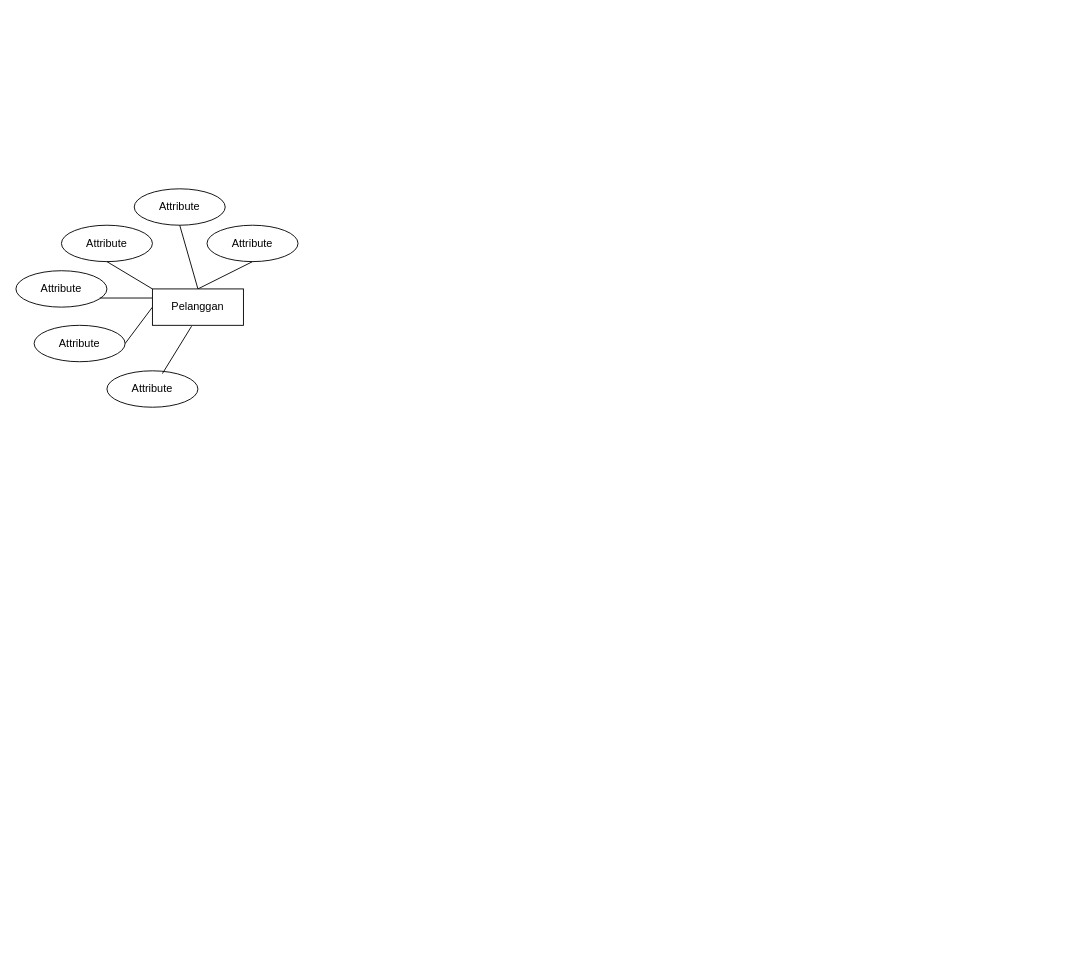
Above: page "Page-2" (2 of 2) of Untitled Diagram.drawio in naufalcamp/belajar-perancangan (draw.io), before the change. Source tidied: cells renumbered, new cells numbered last; positions are measured from the earlier drawing's top-left corner, leaving out a move shared by most shapes. Both pictures are drawn from the tidied source at 91%, with x=0, y=0 at pixel (15, 188).
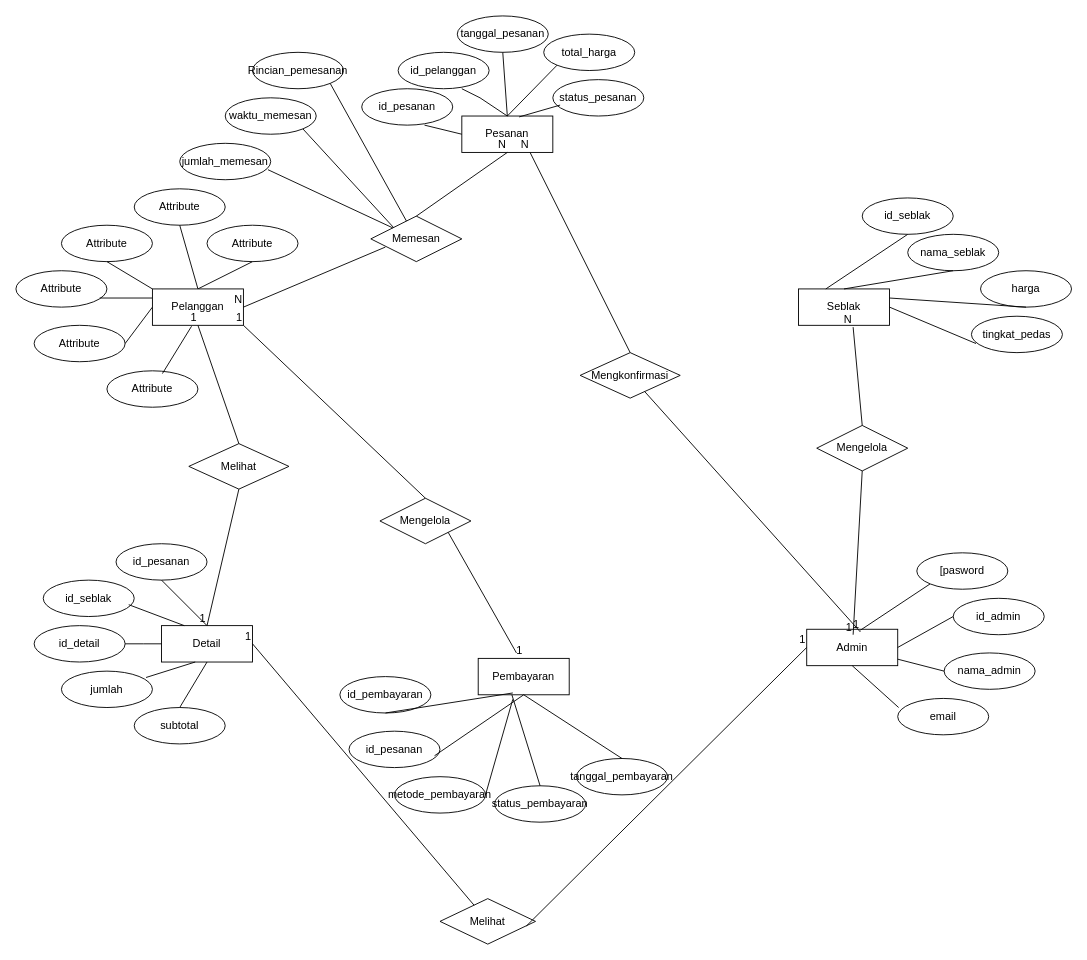
After the change.

Commit message:
Membuat ERD Penjualan Seblak Secara Daring

Unchanged cells that the change refers to:
```xml
<mxCell id="14" value="Pelanggan" style="whiteSpace=wrap;html=1;align=center;" parent="1" vertex="1">
  <mxGeometry x="150" y="110" width="100" height="40" as="geometry" />
</mxCell>
```

Diff of the diagram source:
```diff
@@
+    <mxCell id="15" value="Seblak" style="whiteSpace=wrap;html=1;align=center;" parent="1" vertex="1">
+      <mxGeometry x="860" y="110" width="100" height="40" as="geometry" />
+    </mxCell>
+    <mxCell id="16" value="harga" style="ellipse;whiteSpace=wrap;html=1;align=center;" parent="1" vertex="1">
+      <mxGeometry x="1060" y="90" width="100" height="40" as="geometry" />
+    </mxCell>
+    <mxCell id="17" value="tingkat_pedas" style="ellipse;whiteSpace=wrap;html=1;align=center;" parent="1" vertex="1">
+      <mxGeometry x="1050" y="140" width="100" height="40" as="geometry" />
+    </mxCell>
+    <mxCell id="18" value="nama_seblak" style="ellipse;whiteSpace=wrap;html=1;align=center;" parent="1" vertex="1">
+      <mxGeometry x="980" y="50" width="100" height="40" as="geometry" />
+    </mxCell>
+    <mxCell id="19" value="id_seblak" style="ellipse;whiteSpace=wrap;html=1;align=center;" parent="1" vertex="1">
+      <mxGeometry x="930" y="10" width="100" height="40" as="geometry" />
+    </mxCell>
+    <mxCell id="20" style="endArrow=none;html=1;rounded=0;entryX=0.05;entryY=0.75;entryDx=0;entryDy=0;exitX=1;exitY=0.5;exitDx=0;exitDy=0;entryPerimeter=0;" parent="1" edge="1" source="15" target="17">
+      <mxGeometry relative="1" as="geometry" />
+    </mxCell>
+    <mxCell id="21" style="endArrow=none;html=1;rounded=0;exitX=0.5;exitY=1;exitDx=0;exitDy=0;entryX=1;entryY=0.25;entryDx=0;entryDy=0;" parent="1" edge="1" source="16" target="15">
+      <mxGeometry relative="1" as="geometry" />
+    </mxCell>
+    <mxCell id="22" style="endArrow=none;html=1;rounded=0;entryX=0.5;entryY=0;entryDx=0;entryDy=0;exitX=0.5;exitY=1;exitDx=0;exitDy=0;" parent="1" edge="1" source="18" target="15">
+      <mxGeometry relative="1" as="geometry" />
+    </mxCell>
+    <mxCell id="23" style="endArrow=none;html=1;rounded=0;exitX=0.5;exitY=1;exitDx=0;exitDy=0;" parent="1" edge="1" source="19">
+      <mxGeometry relative="1" as="geometry">
+        <mxPoint x="890" y="110" as="targetPoint" />
+      </mxGeometry>
+    </mxCell>
+    <mxCell id="24" value="Pesanan" style="whiteSpace=wrap;html=1;align=center;" parent="1" vertex="1">
+      <mxGeometry x="490" y="-80" width="100" height="40" as="geometry" />
+    </mxCell>
+    <mxCell id="25" value="status_pesanan" style="ellipse;whiteSpace=wrap;html=1;align=center;" parent="1" vertex="1">
+      <mxGeometry x="590" y="-120" width="100" height="40" as="geometry" />
+    </mxCell>
+    <mxCell id="26" value="total_harga" style="ellipse;whiteSpace=wrap;html=1;align=center;" parent="1" vertex="1">
+      <mxGeometry x="580" y="-170" width="100" height="40" as="geometry" />
+    </mxCell>
+    <mxCell id="27" value="tanggal_pesanan" style="ellipse;whiteSpace=wrap;html=1;align=center;" parent="1" vertex="1">
+      <mxGeometry x="485" y="-190" width="100" height="40" as="geometry" />
+    </mxCell>
+    <mxCell id="28" value="id_pelanggan" style="ellipse;whiteSpace=wrap;html=1;align=center;direction=west;" parent="1" vertex="1">
+      <mxGeometry x="420" y="-150" width="100" height="40" as="geometry" />
+    </mxCell>
+    <mxCell id="29" value="id_pesanan" style="ellipse;whiteSpace=wrap;html=1;align=center;" parent="1" vertex="1">
+      <mxGeometry x="380" y="-110" width="100" height="40" as="geometry" />
+    </mxCell>
+    <mxCell id="30" style="endArrow=none;html=1;rounded=0;entryX=0.08;entryY=0.7;entryDx=0;entryDy=0;entryPerimeter=0;exitX=0.63;exitY=0.025;exitDx=0;exitDy=0;exitPerimeter=0;" parent="1" edge="1" source="24" target="25">
+      <mxGeometry relative="1" as="geometry" />
+    </mxCell>
+    <mxCell id="31" style="endArrow=none;html=1;rounded=0;exitX=0.5;exitY=0;exitDx=0;exitDy=0;entryX=0;entryY=1;entryDx=0;entryDy=0;" parent="1" edge="1" source="24" target="26">
+      <mxGeometry relative="1" as="geometry" />
+    </mxCell>
+    <mxCell id="32" style="endArrow=none;html=1;rounded=0;exitX=0.5;exitY=0;exitDx=0;exitDy=0;entryX=0.5;entryY=1;entryDx=0;entryDy=0;" parent="1" edge="1" source="24" target="27">
+      <mxGeometry relative="1" as="geometry" />
+    </mxCell>
+    <mxCell id="33" style="endArrow=none;html=1;rounded=0;entryX=0.5;entryY=0;entryDx=0;entryDy=0;" parent="1" edge="1" target="24">
+      <mxGeometry relative="1" as="geometry">
+        <mxPoint x="490" y="-110" as="sourcePoint" />
+        <Array as="points">
+          <mxPoint x="510" y="-100" />
+        </Array>
+      </mxGeometry>
+    </mxCell>
+    <mxCell id="34" style="endArrow=none;html=1;rounded=0;exitX=0.69;exitY=1;exitDx=0;exitDy=0;exitPerimeter=0;entryX=0;entryY=0.5;entryDx=0;entryDy=0;" parent="1" edge="1" source="29" target="24">
+      <mxGeometry relative="1" as="geometry" />
+    </mxCell>
+    <mxCell id="35" value="Detail" style="whiteSpace=wrap;html=1;align=center;" parent="1" vertex="1">
+      <mxGeometry x="160" y="480" width="100" height="40" as="geometry" />
+    </mxCell>
+    <mxCell id="36" value="subtotal" style="ellipse;whiteSpace=wrap;html=1;align=center;" parent="1" vertex="1">
+      <mxGeometry x="130" y="570" width="100" height="40" as="geometry" />
+    </mxCell>
+    <mxCell id="37" value="jumlah" style="ellipse;whiteSpace=wrap;html=1;align=center;" parent="1" vertex="1">
+      <mxGeometry x="50" y="530" width="100" height="40" as="geometry" />
+    </mxCell>
+    <mxCell id="38" value="id_detail" style="ellipse;whiteSpace=wrap;html=1;align=center;" parent="1" vertex="1">
+      <mxGeometry x="20" y="480" width="100" height="40" as="geometry" />
+    </mxCell>
+    <mxCell id="39" value="id_seblak" style="ellipse;whiteSpace=wrap;html=1;align=center;" parent="1" vertex="1">
+      <mxGeometry x="30" y="430" width="100" height="40" as="geometry" />
+    </mxCell>
+    <mxCell id="40" value="id_pesanan" style="ellipse;whiteSpace=wrap;html=1;align=center;" parent="1" vertex="1">
+      <mxGeometry x="110" y="390" width="100" height="40" as="geometry" />
+    </mxCell>
+    <mxCell id="41" style="endArrow=none;html=1;rounded=0;exitX=0.5;exitY=0;exitDx=0;exitDy=0;entryX=0.5;entryY=1;entryDx=0;entryDy=0;" parent="1" edge="1" source="36" target="35">
+      <mxGeometry relative="1" as="geometry" />
+    </mxCell>
+    <mxCell id="42" style="endArrow=none;html=1;rounded=0;exitX=0.93;exitY=0.175;exitDx=0;exitDy=0;exitPerimeter=0;entryX=0.37;entryY=1;entryDx=0;entryDy=0;entryPerimeter=0;" parent="1" edge="1" source="37" target="35">
+      <mxGeometry relative="1" as="geometry" />
+    </mxCell>
+    <mxCell id="43" style="endArrow=none;html=1;rounded=0;entryX=0;entryY=0.5;entryDx=0;entryDy=0;exitX=1;exitY=0.5;exitDx=0;exitDy=0;" parent="1" edge="1" source="38" target="35">
+      <mxGeometry relative="1" as="geometry">
+        <Array as="points">
+          <mxPoint x="140" y="500" />
+        </Array>
+      </mxGeometry>
+    </mxCell>
+    <mxCell id="44" style="endArrow=none;html=1;rounded=0;exitX=0.94;exitY=0.675;exitDx=0;exitDy=0;exitPerimeter=0;entryX=0.25;entryY=0;entryDx=0;entryDy=0;" parent="1" edge="1" source="39" target="35">
+      <mxGeometry relative="1" as="geometry" />
+    </mxCell>
+    <mxCell id="45" style="endArrow=none;html=1;rounded=0;exitX=0.5;exitY=1;exitDx=0;exitDy=0;entryX=0.5;entryY=0;entryDx=0;entryDy=0;" parent="1" edge="1" source="40" target="35">
+      <mxGeometry relative="1" as="geometry" />
+    </mxCell>
+    <mxCell id="46" value="Pembayaran" style="whiteSpace=wrap;html=1;align=center;" parent="1" vertex="1">
+      <mxGeometry x="508" y="516" width="100" height="40" as="geometry" />
+    </mxCell>
+    <mxCell id="47" value="tanggal_pembayaran" style="ellipse;whiteSpace=wrap;html=1;align=center;" parent="1" vertex="1">
+      <mxGeometry x="616" y="626" width="100" height="40" as="geometry" />
+    </mxCell>
+    <mxCell id="48" value="status_pembayaran" style="ellipse;whiteSpace=wrap;html=1;align=center;" parent="1" vertex="1">
+      <mxGeometry x="526" y="656" width="100" height="40" as="geometry" />
+    </mxCell>
+    <mxCell id="49" value="metode_pembayaran" style="ellipse;whiteSpace=wrap;html=1;align=center;" parent="1" vertex="1">
+      <mxGeometry x="416" y="646" width="100" height="40" as="geometry" />
+    </mxCell>
+    <mxCell id="50" value="id_pesanan" style="ellipse;whiteSpace=wrap;html=1;align=center;" parent="1" vertex="1">
+      <mxGeometry x="366" y="596" width="100" height="40" as="geometry" />
+    </mxCell>
+    <mxCell id="51" value="id_pembayaran" style="ellipse;whiteSpace=wrap;html=1;align=center;" parent="1" vertex="1">
+      <mxGeometry x="356" y="536" width="100" height="40" as="geometry" />
+    </mxCell>
+    <mxCell id="52" style="endArrow=none;html=1;rounded=0;exitX=0.5;exitY=0;exitDx=0;exitDy=0;entryX=0.5;entryY=1;entryDx=0;entryDy=0;" parent="1" edge="1" source="47" target="46">
+      <mxGeometry relative="1" as="geometry" />
+    </mxCell>
+    <mxCell id="53" style="endArrow=none;html=1;rounded=0;exitX=0.5;exitY=0;exitDx=0;exitDy=0;entryX=0.37;entryY=1;entryDx=0;entryDy=0;entryPerimeter=0;" parent="1" edge="1" source="48" target="46">
+      <mxGeometry relative="1" as="geometry" />
+    </mxCell>
+    <mxCell id="54" style="endArrow=none;html=1;rounded=0;entryX=0.38;entryY=1.125;entryDx=0;entryDy=0;exitX=1;exitY=0.5;exitDx=0;exitDy=0;entryPerimeter=0;" parent="1" edge="1" source="49" target="46">
+      <mxGeometry relative="1" as="geometry" />
+    </mxCell>
+    <mxCell id="55" style="endArrow=none;html=1;rounded=0;exitX=0.94;exitY=0.675;exitDx=0;exitDy=0;exitPerimeter=0;entryX=0.5;entryY=1;entryDx=0;entryDy=0;" parent="1" edge="1" source="50" target="46">
+      <mxGeometry relative="1" as="geometry" />
+    </mxCell>
+    <mxCell id="56" style="endArrow=none;html=1;rounded=0;exitX=0.5;exitY=1;exitDx=0;exitDy=0;entryX=0.38;entryY=0.95;entryDx=0;entryDy=0;entryPerimeter=0;" parent="1" edge="1" source="51" target="46">
+      <mxGeometry relative="1" as="geometry" />
+    </mxCell>
+    <mxCell id="57" value="Admin" style="whiteSpace=wrap;html=1;align=center;" parent="1" vertex="1">
+      <mxGeometry x="869" y="484" width="100" height="40" as="geometry" />
+    </mxCell>
+    <mxCell id="58" value="id_admin" style="ellipse;whiteSpace=wrap;html=1;align=center;" parent="1" vertex="1">
+      <mxGeometry x="1030" y="450" width="100" height="40" as="geometry" />
+    </mxCell>
+    <mxCell id="59" value="nama_admin" style="ellipse;whiteSpace=wrap;html=1;align=center;" parent="1" vertex="1">
+      <mxGeometry x="1020" y="510" width="100" height="40" as="geometry" />
+    </mxCell>
+    <mxCell id="60" value="email" style="ellipse;whiteSpace=wrap;html=1;align=center;" parent="1" vertex="1">
+      <mxGeometry x="969" y="560" width="100" height="40" as="geometry" />
+    </mxCell>
+    <mxCell id="61" value="Memesan" style="shape=rhombus;perimeter=rhombusPerimeter;whiteSpace=wrap;html=1;align=center;" parent="1" vertex="1">
+      <mxGeometry x="390" y="30" width="100" height="50" as="geometry" />
+    </mxCell>
+    <mxCell id="62" style="endArrow=none;html=1;rounded=0;entryX=1;entryY=0.5;entryDx=0;entryDy=0;exitX=0.16;exitY=0.68;exitDx=0;exitDy=0;exitPerimeter=0;" parent="1" edge="1" source="61" target="14">
+      <mxGeometry relative="1" as="geometry" />
+    </mxCell>
+    <mxCell id="63" value="N" style="html=1;whiteSpace=wrap;align=right;verticalAlign=bottom;" parent="62" vertex="1">
+      <mxGeometry x="1" relative="1" as="geometry" />
+    </mxCell>
+    <mxCell id="64" style="endArrow=none;html=1;rounded=0;entryX=0.5;entryY=1;entryDx=0;entryDy=0;exitX=0.5;exitY=0;exitDx=0;exitDy=0;" parent="1" edge="1" source="61" target="24">
+      <mxGeometry relative="1" as="geometry" />
+    </mxCell>
+    <mxCell id="65" value="N" style="html=1;whiteSpace=wrap;align=right;verticalAlign=bottom;" parent="64" vertex="1">
+      <mxGeometry x="1" relative="1" as="geometry" />
+    </mxCell>
+    <mxCell id="66" style="endArrow=none;html=1;rounded=0;entryX=0;entryY=1;entryDx=0;entryDy=0;exitX=0.59;exitY=0.025;exitDx=0;exitDy=0;exitPerimeter=0;" parent="1" edge="1" source="57" target="70">
+      <mxGeometry relative="1" as="geometry" />
+    </mxCell>
+    <mxCell id="67" style="endArrow=none;html=1;rounded=0;exitX=1;exitY=0.5;exitDx=0;exitDy=0;entryX=0;entryY=0.5;entryDx=0;entryDy=0;" parent="1" edge="1" source="57" target="58">
+      <mxGeometry relative="1" as="geometry" />
+    </mxCell>
+    <mxCell id="68" style="endArrow=none;html=1;rounded=0;entryX=0;entryY=0.5;entryDx=0;entryDy=0;" parent="1" edge="1" source="57" target="59">
+      <mxGeometry relative="1" as="geometry" />
+    </mxCell>
+    <mxCell id="69" style="endArrow=none;html=1;rounded=0;entryX=0.5;entryY=1;entryDx=0;entryDy=0;exitX=0.01;exitY=0.25;exitDx=0;exitDy=0;exitPerimeter=0;" parent="1" edge="1" source="60" target="57">
+      <mxGeometry relative="1" as="geometry" />
+    </mxCell>
+    <mxCell id="70" value="[pasword" style="ellipse;whiteSpace=wrap;html=1;align=center;" parent="1" vertex="1">
+      <mxGeometry x="990" y="400" width="100" height="40" as="geometry" />
+    </mxCell>
+    <mxCell id="71" value="Melihat" style="shape=rhombus;perimeter=rhombusPerimeter;whiteSpace=wrap;html=1;align=center;" parent="1" vertex="1">
+      <mxGeometry x="190" y="280" width="110" height="50" as="geometry" />
+    </mxCell>
+    <mxCell id="72" style="endArrow=none;html=1;rounded=0;entryX=0.5;entryY=1;entryDx=0;entryDy=0;exitX=0.5;exitY=0;exitDx=0;exitDy=0;" parent="1" edge="1" source="71" target="14">
+      <mxGeometry relative="1" as="geometry" />
+    </mxCell>
+    <mxCell id="73" value="1" style="html=1;whiteSpace=wrap;align=right;verticalAlign=bottom;" parent="72" vertex="1">
+      <mxGeometry x="1" relative="1" as="geometry" />
+    </mxCell>
+    <mxCell id="74" style="endArrow=none;html=1;rounded=0;exitX=0.5;exitY=1;exitDx=0;exitDy=0;" parent="1" edge="1" source="71">
+      <mxGeometry relative="1" as="geometry">
+        <mxPoint x="210" y="480" as="targetPoint" />
+      </mxGeometry>
+    </mxCell>
+    <mxCell id="75" value="1" style="html=1;whiteSpace=wrap;align=right;verticalAlign=bottom;" parent="74" vertex="1">
+      <mxGeometry x="1" relative="1" as="geometry" />
+    </mxCell>
+    <mxCell id="76" value="Melihat" style="shape=rhombus;perimeter=rhombusPerimeter;whiteSpace=wrap;html=1;align=center;" parent="1" vertex="1">
+      <mxGeometry x="466" y="780" width="105" height="50" as="geometry" />
+    </mxCell>
+    <mxCell id="77" style="endArrow=none;html=1;rounded=0;entryX=0;entryY=0.5;entryDx=0;entryDy=0;exitX=0.905;exitY=0.6;exitDx=0;exitDy=0;exitPerimeter=0;" parent="1" edge="1" source="76" target="57">
+      <mxGeometry relative="1" as="geometry" />
+    </mxCell>
+    <mxCell id="78" value="1" style="html=1;whiteSpace=wrap;align=right;verticalAlign=bottom;" parent="77" vertex="1">
+      <mxGeometry x="1" relative="1" as="geometry" />
+    </mxCell>
+    <mxCell id="79" style="endArrow=none;html=1;rounded=0;entryX=1;entryY=0.5;entryDx=0;entryDy=0;" parent="1" edge="1" source="76" target="35">
+      <mxGeometry relative="1" as="geometry" />
+    </mxCell>
+    <mxCell id="80" value="1" style="html=1;whiteSpace=wrap;align=right;verticalAlign=bottom;" parent="79" vertex="1">
+      <mxGeometry x="1" relative="1" as="geometry" />
+    </mxCell>
+    <mxCell id="81" value="Mengkonfirmasi" style="shape=rhombus;perimeter=rhombusPerimeter;whiteSpace=wrap;html=1;align=center;" parent="1" vertex="1">
+      <mxGeometry x="620" y="180" width="110" height="50" as="geometry" />
+    </mxCell>
+    <mxCell id="82" style="endArrow=none;html=1;rounded=0;entryX=0.75;entryY=1;entryDx=0;entryDy=0;exitX=0.5;exitY=0;exitDx=0;exitDy=0;" parent="1" edge="1" source="81" target="24">
+      <mxGeometry relative="1" as="geometry" />
+    </mxCell>
+    <mxCell id="83" value="N" style="html=1;whiteSpace=wrap;align=right;verticalAlign=bottom;" parent="82" vertex="1">
+      <mxGeometry x="1" relative="1" as="geometry" />
+    </mxCell>
+    <mxCell id="84" style="endArrow=none;html=1;rounded=0;entryX=0.59;entryY=0.075;entryDx=0;entryDy=0;entryPerimeter=0;" parent="1" edge="1" source="81" target="57">
+      <mxGeometry relative="1" as="geometry" />
+    </mxCell>
+    <mxCell id="85" value="1" style="html=1;whiteSpace=wrap;align=right;verticalAlign=bottom;" parent="84" vertex="1">
+      <mxGeometry x="1" relative="1" as="geometry" />
+    </mxCell>
+    <mxCell id="86" value="Mengelola" style="shape=rhombus;perimeter=rhombusPerimeter;whiteSpace=wrap;html=1;align=center;" parent="1" vertex="1">
+      <mxGeometry x="880" y="260" width="100" height="50" as="geometry" />
+    </mxCell>
+    <mxCell id="87" style="endArrow=none;html=1;rounded=0;exitX=0.5;exitY=1;exitDx=0;exitDy=0;" parent="1" edge="1" source="86">
+      <mxGeometry relative="1" as="geometry">
+        <mxPoint x="920" y="490" as="targetPoint" />
+      </mxGeometry>
+    </mxCell>
+    <mxCell id="88" value="1" style="html=1;whiteSpace=wrap;align=right;verticalAlign=bottom;" parent="87" vertex="1">
+      <mxGeometry x="1" relative="1" as="geometry" />
+    </mxCell>
+    <mxCell id="89" style="endArrow=none;html=1;rounded=0;entryX=0.6;entryY=1.05;entryDx=0;entryDy=0;entryPerimeter=0;exitX=0.5;exitY=0;exitDx=0;exitDy=0;" parent="1" edge="1" source="86" target="15">
+      <mxGeometry relative="1" as="geometry" />
+    </mxCell>
+    <mxCell id="90" value="N" style="html=1;whiteSpace=wrap;align=right;verticalAlign=bottom;" parent="89" vertex="1">
+      <mxGeometry x="1" relative="1" as="geometry" />
+    </mxCell>
+    <mxCell id="91" value="Mengelola" style="shape=rhombus;perimeter=rhombusPerimeter;whiteSpace=wrap;html=1;align=center;" parent="1" vertex="1">
+      <mxGeometry x="400" y="340" width="100" height="50" as="geometry" />
+    </mxCell>
+    <mxCell id="92" style="endArrow=none;html=1;rounded=0;entryX=1;entryY=1;entryDx=0;entryDy=0;exitX=0.5;exitY=0;exitDx=0;exitDy=0;" parent="1" edge="1" source="91" target="14">
+      <mxGeometry relative="1" as="geometry" />
+    </mxCell>
+    <mxCell id="93" value="1" style="html=1;whiteSpace=wrap;align=right;verticalAlign=bottom;" parent="92" vertex="1">
+      <mxGeometry x="1" relative="1" as="geometry" />
+    </mxCell>
+    <mxCell id="94" style="endArrow=none;html=1;rounded=0;exitX=1;exitY=1;exitDx=0;exitDy=0;" parent="1" edge="1" source="91">
+      <mxGeometry relative="1" as="geometry">
+        <mxPoint x="550" y="510" as="targetPoint" />
+      </mxGeometry>
+    </mxCell>
+    <mxCell id="95" value="1" style="html=1;whiteSpace=wrap;align=right;verticalAlign=bottom;" parent="94" vertex="1">
+      <mxGeometry x="1" relative="1" as="geometry">
+        <mxPoint x="8" y="6" as="offset" />
+      </mxGeometry>
+    </mxCell>
+    <mxCell id="96" value="Rincian_pemesanan" style="ellipse;whiteSpace=wrap;html=1;align=center;" parent="1" vertex="1">
+      <mxGeometry x="260" y="-150" width="100" height="40" as="geometry" />
+    </mxCell>
+    <mxCell id="97" style="endArrow=none;html=1;rounded=0;exitX=1;exitY=1;exitDx=0;exitDy=0;" parent="1" edge="1" source="96" target="61">
+      <mxGeometry relative="1" as="geometry" />
+    </mxCell>
+    <mxCell id="98" value="waktu_memesan" style="ellipse;whiteSpace=wrap;html=1;align=center;" parent="1" vertex="1">
+      <mxGeometry x="230" y="-100" width="100" height="40" as="geometry" />
+    </mxCell>
+    <mxCell id="99" style="endArrow=none;html=1;rounded=0;exitX=1;exitY=1;exitDx=0;exitDy=0;entryX=0;entryY=0;entryDx=0;entryDy=0;" parent="1" edge="1" source="98" target="61">
+      <mxGeometry relative="1" as="geometry" />
+    </mxCell>
+    <mxCell id="100" value="jumlah_memesan" style="ellipse;whiteSpace=wrap;html=1;align=center;" parent="1" vertex="1">
+      <mxGeometry x="180" y="-50" width="100" height="40" as="geometry" />
+    </mxCell>
+    <mxCell id="101" style="endArrow=none;html=1;rounded=0;exitX=0.97;exitY=0.725;exitDx=0;exitDy=0;exitPerimeter=0;" parent="1" edge="1" source="100" target="61">
+      <mxGeometry relative="1" as="geometry" />
+    </mxCell>
```
